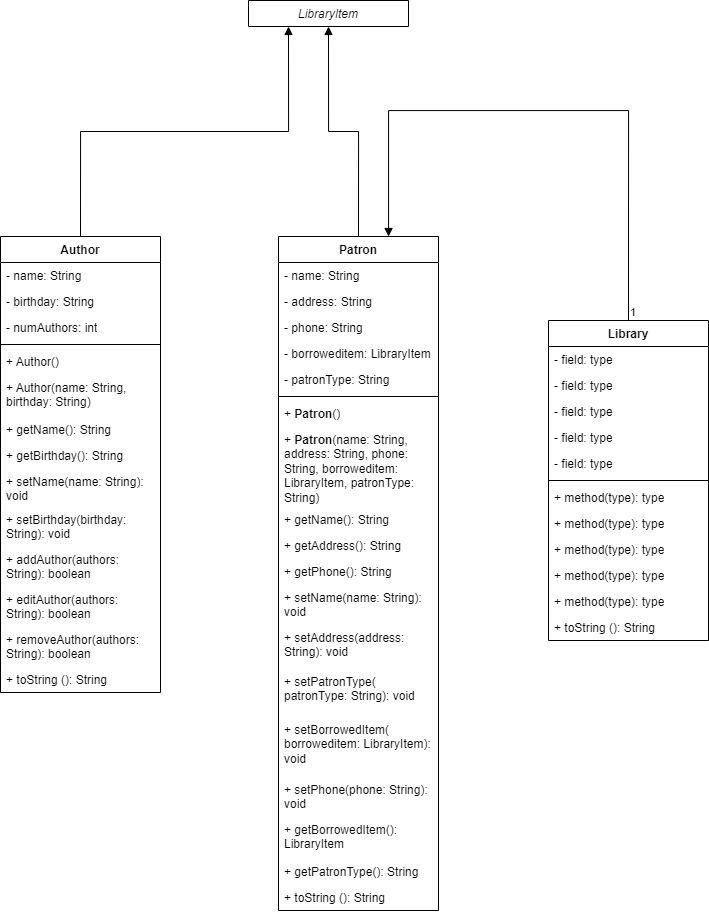
Above: Java midterm class diagram.png in JoshuaYouden/Java-Midterm-JY (draw.io), before the change. Source tidied: cells renumbered, new cells last; positions are measured from the earlier drawing's top-left corner, leaving out a move shared by most shapes.
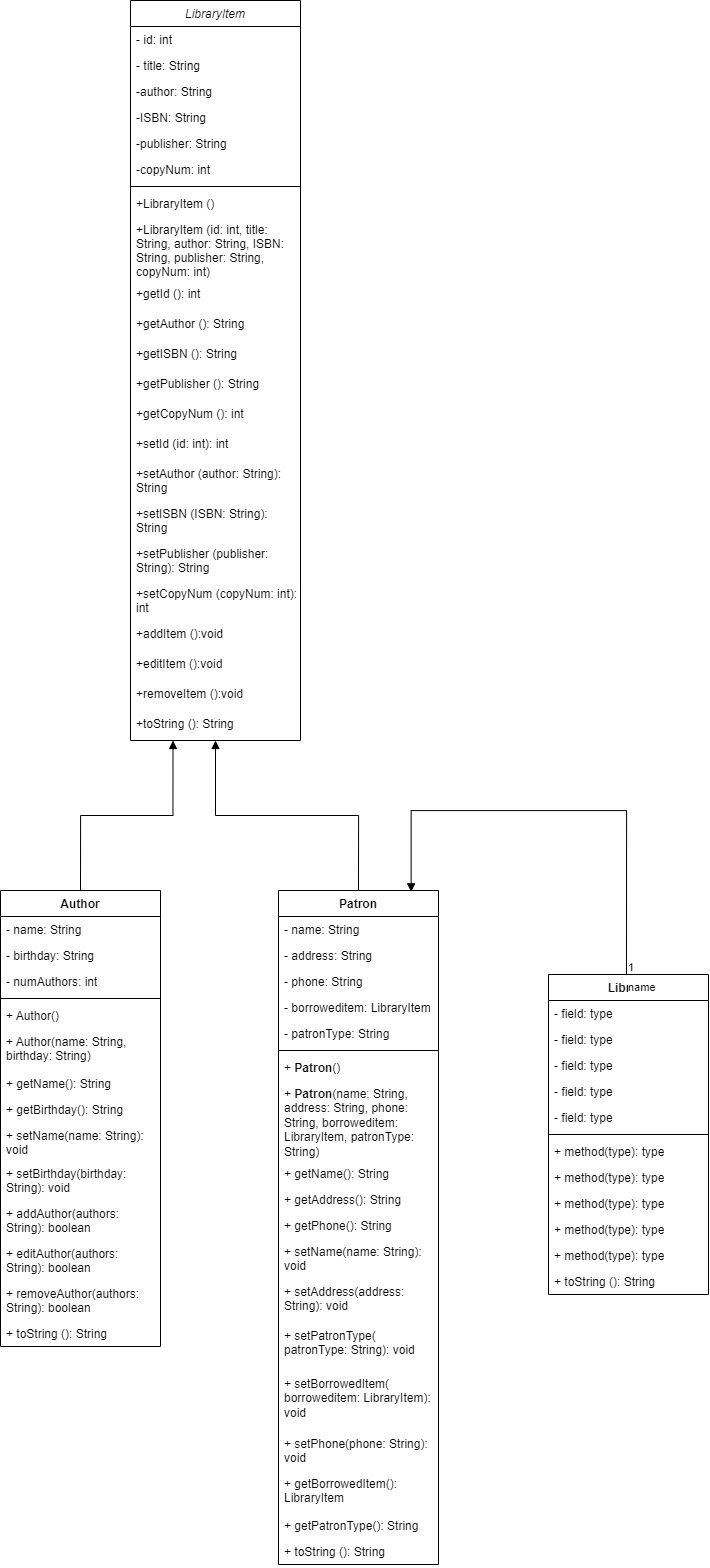
Later version of the same file.

Commit message:
Updated class diagram again

What changed in the source:
```diff
@@ -2,9 +2,78 @@
   <root>
     <mxCell id="0" />
     <mxCell id="1" parent="0" />
-    <mxCell id="2" value="LibraryItem" style="swimlane;fontStyle=2;align=center;verticalAlign=top;horizontal=1;startSize=26;rounded=0;shadow=0;strokeWidth=1;" parent="1" vertex="1" collapsed="1">
-      <mxGeometry x="248" width="160" height="26" as="geometry" />
+    <mxCell id="2" value="LibraryItem" style="swimlane;fontStyle=2;align=center;verticalAlign=top;horizontal=1;startSize=26;rounded=0;shadow=0;strokeWidth=1;" parent="1" vertex="1">
+      <mxGeometry x="130" y="-654" width="170" height="740" as="geometry" />
     </mxCell>
+    <mxCell id="55" value="- id: int" style="text;align=left;verticalAlign=top;spacingLeft=4;spacingRight=4;overflow=hidden;" parent="2" vertex="1">
+      <mxGeometry y="26" width="170" height="26" as="geometry" />
+    </mxCell>
+    <mxCell id="56" value="- title: String" style="text;align=left;verticalAlign=top;spacingLeft=4;spacingRight=4;overflow=hidden;rounded=0;shadow=0;html=0;" parent="2" vertex="1">
+      <mxGeometry y="52" width="170" height="26" as="geometry" />
+    </mxCell>
+    <mxCell id="57" value="-author: String" style="text;align=left;verticalAlign=top;spacingLeft=4;spacingRight=4;overflow=hidden;rounded=0;shadow=0;html=0;" parent="2" vertex="1">
+      <mxGeometry y="78" width="170" height="26" as="geometry" />
+    </mxCell>
+    <mxCell id="58" value="-ISBN: String" style="text;align=left;verticalAlign=top;spacingLeft=4;spacingRight=4;overflow=hidden;rounded=0;shadow=0;html=0;" parent="2" vertex="1">
+      <mxGeometry y="104" width="170" height="26" as="geometry" />
+    </mxCell>
+    <mxCell id="59" value="-publisher: String" style="text;align=left;verticalAlign=top;spacingLeft=4;spacingRight=4;overflow=hidden;rounded=0;shadow=0;html=0;" parent="2" vertex="1">
+      <mxGeometry y="130" width="170" height="26" as="geometry" />
+    </mxCell>
+    <mxCell id="60" value="-copyNum: int" style="text;align=left;verticalAlign=top;spacingLeft=4;spacingRight=4;overflow=hidden;rounded=0;shadow=0;html=0;" parent="2" vertex="1">
+      <mxGeometry y="156" width="170" height="26" as="geometry" />
+    </mxCell>
+    <mxCell id="61" style="line;html=1;strokeWidth=1;align=left;verticalAlign=middle;spacingTop=-1;spacingLeft=3;spacingRight=3;labelPosition=right;" parent="2" vertex="1">
+      <mxGeometry y="182" width="170" height="8" as="geometry" />
+    </mxCell>
+    <mxCell id="62" value="+LibraryItem ()" style="text;align=left;verticalAlign=top;spacingLeft=4;spacingRight=4;overflow=hidden;" parent="2" vertex="1">
+      <mxGeometry y="190" width="170" height="26" as="geometry" />
+    </mxCell>
+    <mxCell id="63" value="+LibraryItem (id: int, title:&#10;String, author: String, ISBN:&#10;String, publisher: String,&#10;copyNum: int)" style="text;align=left;verticalAlign=top;spacingLeft=4;spacingRight=4;overflow=hidden;" parent="2" vertex="1">
+      <mxGeometry y="216" width="170" height="64" as="geometry" />
+    </mxCell>
+    <mxCell id="64" value="+getId (): int" style="text;align=left;verticalAlign=top;spacingLeft=4;spacingRight=4;overflow=hidden;" parent="2" vertex="1">
+      <mxGeometry y="280" width="170" height="30" as="geometry" />
+    </mxCell>
+    <mxCell id="65" value="+getAuthor (): String" style="text;align=left;verticalAlign=top;spacingLeft=4;spacingRight=4;overflow=hidden;" parent="2" vertex="1">
+      <mxGeometry y="310" width="170" height="30" as="geometry" />
+    </mxCell>
+    <mxCell id="66" value="+getISBN (): String" style="text;align=left;verticalAlign=top;spacingLeft=4;spacingRight=4;overflow=hidden;" parent="2" vertex="1">
+      <mxGeometry y="340" width="170" height="30" as="geometry" />
+    </mxCell>
+    <mxCell id="67" value="+getPublisher (): String" style="text;align=left;verticalAlign=top;spacingLeft=4;spacingRight=4;overflow=hidden;" parent="2" vertex="1">
+      <mxGeometry y="370" width="170" height="30" as="geometry" />
+    </mxCell>
+    <mxCell id="68" value="+getCopyNum (): int" style="text;align=left;verticalAlign=top;spacingLeft=4;spacingRight=4;overflow=hidden;" parent="2" vertex="1">
+      <mxGeometry y="400" width="170" height="30" as="geometry" />
+    </mxCell>
+    <mxCell id="69" value="+setId (id: int): int" style="text;align=left;verticalAlign=top;spacingLeft=4;spacingRight=4;overflow=hidden;" parent="2" vertex="1">
+      <mxGeometry y="430" width="170" height="30" as="geometry" />
+    </mxCell>
+    <mxCell id="70" value="+setAuthor (author: String): &#10;String" style="text;align=left;verticalAlign=top;spacingLeft=4;spacingRight=4;overflow=hidden;" parent="2" vertex="1">
+      <mxGeometry y="460" width="170" height="40" as="geometry" />
+    </mxCell>
+    <mxCell id="71" value="+setISBN (ISBN: String): &#10;String" style="text;align=left;verticalAlign=top;spacingLeft=4;spacingRight=4;overflow=hidden;" parent="2" vertex="1">
+      <mxGeometry y="500" width="170" height="40" as="geometry" />
+    </mxCell>
+    <mxCell id="72" value="+setPublisher (publisher: &#10;String): String" style="text;align=left;verticalAlign=top;spacingLeft=4;spacingRight=4;overflow=hidden;" parent="2" vertex="1">
+      <mxGeometry y="540" width="170" height="40" as="geometry" />
+    </mxCell>
+    <mxCell id="73" value="+setCopyNum (copyNum: int): &#10;int" style="text;align=left;verticalAlign=top;spacingLeft=4;spacingRight=4;overflow=hidden;" parent="2" vertex="1">
+      <mxGeometry y="580" width="170" height="40" as="geometry" />
+    </mxCell>
+    <mxCell id="74" value="+addItem ():void" style="text;align=left;verticalAlign=top;spacingLeft=4;spacingRight=4;overflow=hidden;" parent="2" vertex="1">
+      <mxGeometry y="620" width="170" height="30" as="geometry" />
+    </mxCell>
+    <mxCell id="75" value="+editItem ():void" style="text;align=left;verticalAlign=top;spacingLeft=4;spacingRight=4;overflow=hidden;" parent="2" vertex="1">
+      <mxGeometry y="650" width="170" height="30" as="geometry" />
+    </mxCell>
+    <mxCell id="76" value="+removeItem ():void" style="text;align=left;verticalAlign=top;spacingLeft=4;spacingRight=4;overflow=hidden;" parent="2" vertex="1">
+      <mxGeometry y="680" width="170" height="30" as="geometry" />
+    </mxCell>
+    <mxCell id="77" value="+toString (): String" style="text;align=left;verticalAlign=top;spacingLeft=4;spacingRight=4;overflow=hidden;" parent="2" vertex="1">
+      <mxGeometry y="710" width="170" height="30" as="geometry" />
+    </mxCell>
     <mxCell id="3" value="Library" style="swimlane;fontStyle=1;align=center;verticalAlign=top;horizontal=1;startSize=26;whiteSpace=wrap;html=1;" parent="1" vertex="1">
       <mxGeometry x="548" y="320" width="160" height="320" as="geometry" />
     </mxCell>
@@ -155,15 +224,16 @@
     <mxCell id="52" style="endArrow=block;endFill=1;html=1;edgeStyle=orthogonalEdgeStyle;align=left;verticalAlign=top;rounded=0;entryX=0.5;entryY=1;entryDx=0;entryDy=0;exitX=0.5;exitY=0;exitDx=0;exitDy=0;" parent="1" edge="1" source="32" target="2">
       <mxGeometry x="-1" relative="1" as="geometry" />
     </mxCell>
-    <mxCell id="53" style="endArrow=block;endFill=1;html=1;edgeStyle=orthogonalEdgeStyle;align=left;verticalAlign=top;rounded=0;exitX=0.5;exitY=0;exitDx=0;exitDy=0;" parent="1" edge="1" source="3" target="32">
-      <mxGeometry x="-1" relative="1" as="geometry">
-        <Array as="points">
-          <mxPoint x="628" y="110" />
-          <mxPoint x="388" y="110" />
-        </Array>
-      </mxGeometry>
-    </mxCell>
+    <mxCell id="78" value="name" style="endArrow=block;endFill=1;html=1;edgeStyle=orthogonalEdgeStyle;align=left;verticalAlign=top;rounded=0;exitX=0.5;exitY=0;exitDx=0;exitDy=0;entryX=0.829;entryY=0.002;entryDx=0;entryDy=0;entryPerimeter=0;" parent="1" edge="1" target="32">
+      <mxGeometry x="-1" relative="1" as="geometry">
+        <mxPoint x="626" y="320" as="sourcePoint" />
+        <Array as="points">
+          <mxPoint x="626" y="156" />
+          <mxPoint x="411" y="156" />
+        </Array>
+      </mxGeometry>
+    </mxCell>
-    <mxCell id="54" value="1" style="edgeLabel;html=1;align=left;verticalAlign=bottom;" parent="53" vertex="1">
+    <mxCell id="54" value="1" style="edgeLabel;html=1;align=left;verticalAlign=bottom;" parent="78" vertex="1">
       <mxGeometry x="-1" relative="1" as="geometry" />
     </mxCell>
   </root>
```
